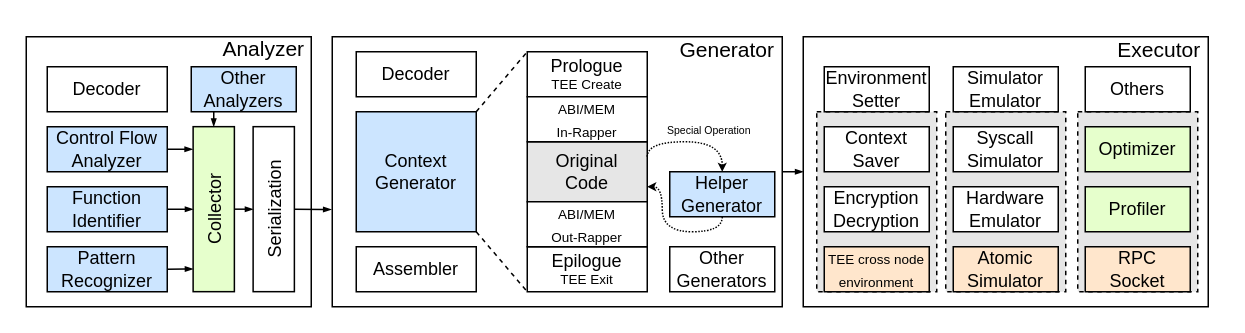
This is drawio/architecture.drawio from specialpointcentral/research-proposal, a draw.io file, before an edit. Source tidied: cells renumbered, new cells numbered last; positions are measured from the earlier drawing's top-left corner, leaving out a move shared by most shapes. Both pictures are drawn from the tidied source at 150%, with x=0, y=0 at pixel (26, 26).
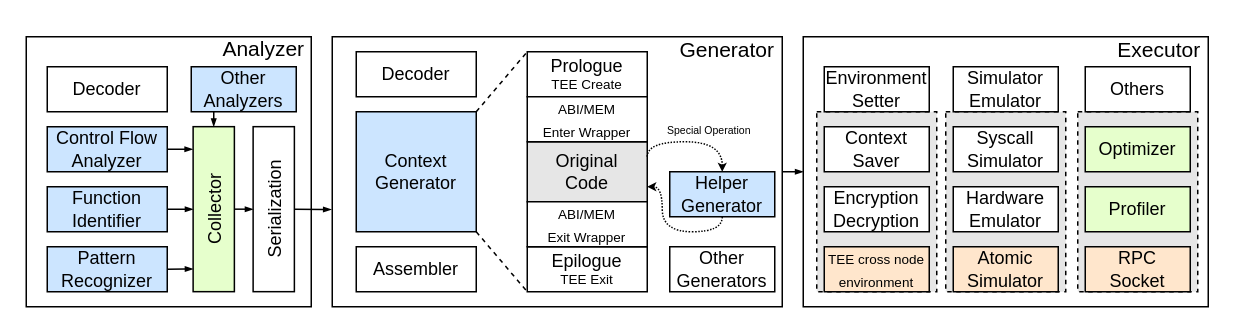
The same diagram, later.

Change to the diagram source:
```diff
@@
-    <mxCell id="20" value="&lt;font style=&quot;font-size: 9px; line-height: 1;&quot;&gt;ABI/MEM&lt;br&gt;In-Rapper&lt;/font&gt;" style="rounded=0;whiteSpace=wrap;html=1;" parent="1" vertex="1">
+    <mxCell id="20" value="&lt;font style=&quot;font-size: 9px; line-height: 1;&quot;&gt;ABI/MEM&lt;br&gt;Enter Wrapper&lt;/font&gt;" style="rounded=0;whiteSpace=wrap;html=1;" parent="1" vertex="1">
       <mxGeometry x="334" y="47" width="80" height="30" as="geometry" />
     </mxCell>
-    <mxCell id="21" value="&lt;font style=&quot;font-size: 9px;&quot;&gt;ABI/MEM&lt;br&gt;Out-Rapper&lt;/font&gt;" style="rounded=0;whiteSpace=wrap;html=1;" parent="1" vertex="1">
+    <mxCell id="21" value="&lt;font style=&quot;font-size: 9px;&quot;&gt;ABI/MEM&lt;br&gt;Exit Wrapper&lt;/font&gt;" style="rounded=0;whiteSpace=wrap;html=1;" parent="1" vertex="1">
       <mxGeometry x="334" y="117" width="80" height="30" as="geometry" />
     </mxCell>
```
